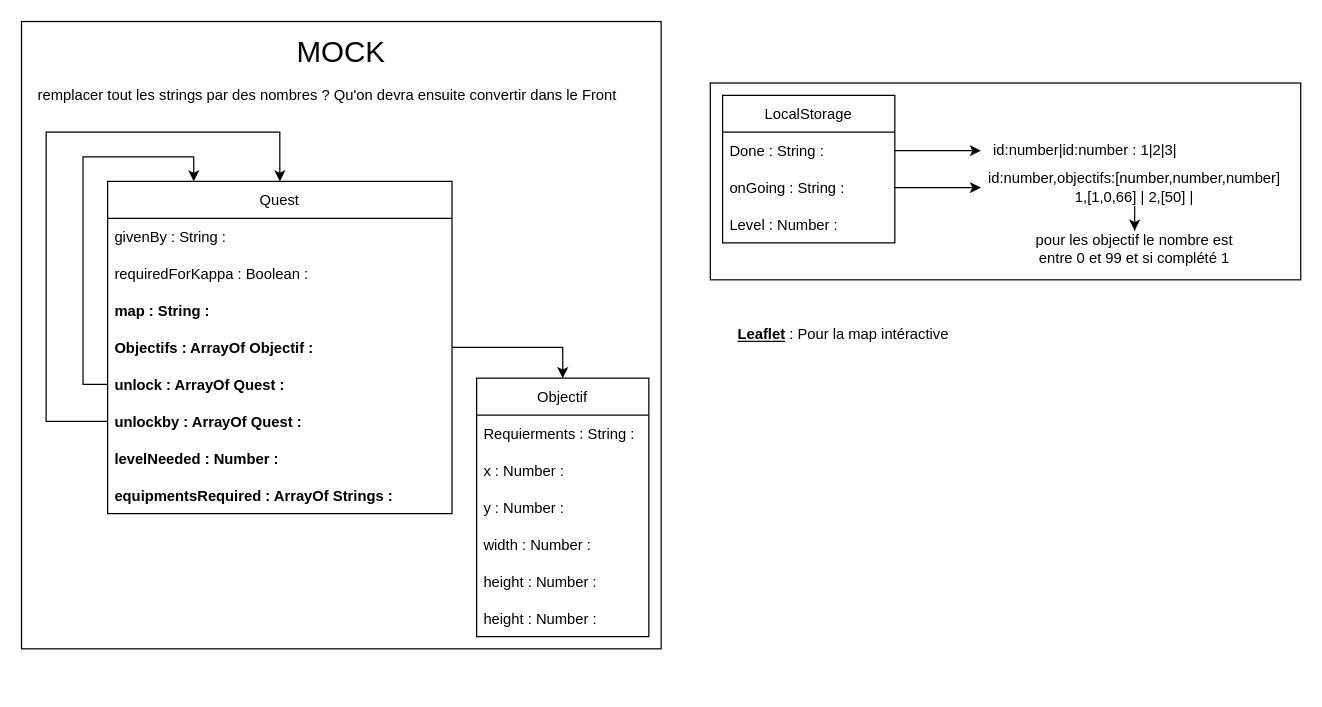
Naitchi/Quest keeps this draw.io diagram as Quest.drawio. Above is the earlier version. Source tidied: cells renumbered, new cells numbered last; positions are measured from the earlier drawing's top-left corner, leaving out a move shared by most shapes. Both pictures are drawn from the tidied source at 123%, with x=0, y=0 at pixel (21, 21).
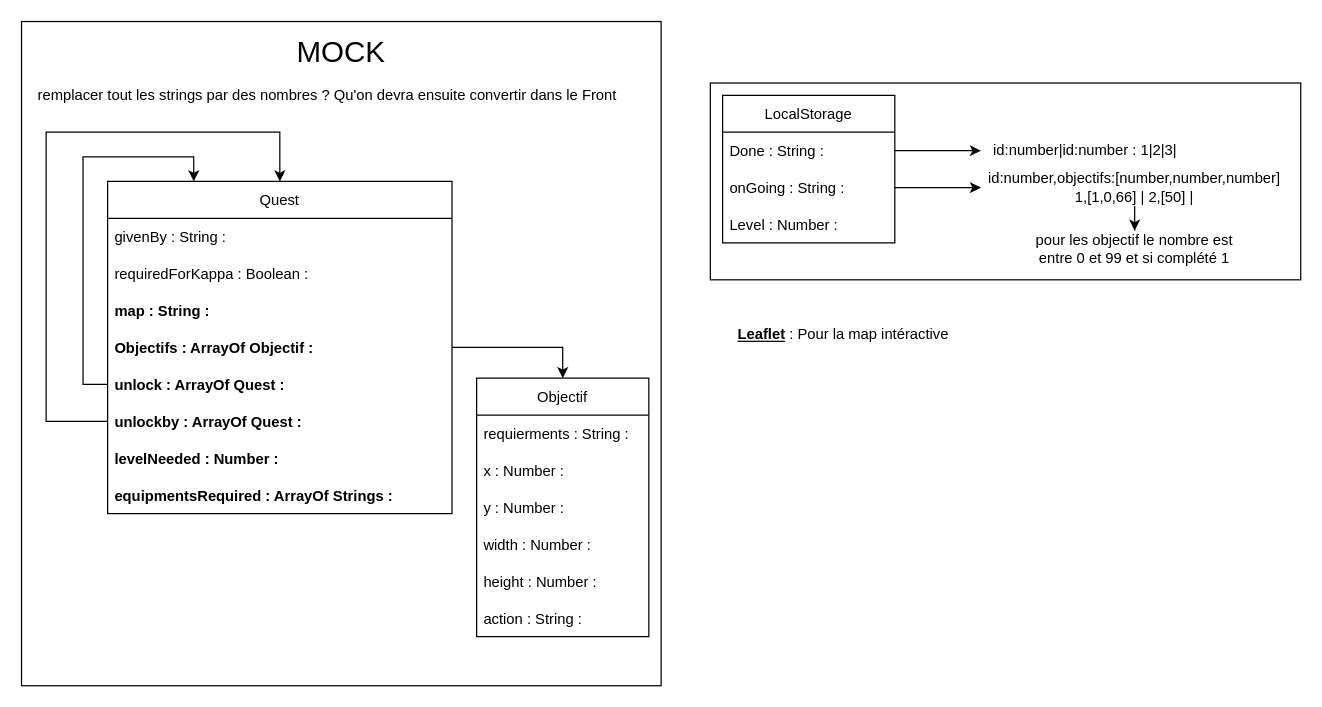
The same page after the edit.

Unchanged cells that the change refers to:
```xml
<mxCell id="16" value="Objectif" style="swimlane;fontStyle=0;horizontal=1;startSize=30;" parent="1" vertex="1">
  <mxGeometry x="370" y="290" width="140" height="210" as="geometry" />
</mxCell>
```

The edit, as a diff of the source:
```diff
@@
     <mxCell id="2" style="rounded=0;whiteSpace=wrap;html=1;fontSize=24;" parent="1" vertex="1">
-      <mxGeometry width="520" height="510" as="geometry" />
+      <mxGeometry width="520" height="540" as="geometry" />
     </mxCell>
@@
-    <mxCell id="17" value="Requierments : String : " style="text;strokeColor=none;fillColor=none;align=left;verticalAlign=middle;spacingLeft=4;spacingRight=4;overflow=hidden;" parent="16" vertex="1">
+    <mxCell id="17" value="requierments : String : " style="text;strokeColor=none;fillColor=none;align=left;verticalAlign=middle;spacingLeft=4;spacingRight=4;overflow=hidden;" parent="16" vertex="1">
       <mxGeometry y="30" width="140" height="30" as="geometry" />
     </mxCell>
@@
-    <mxCell id="22" value="height : Number :" style="text;strokeColor=none;fillColor=none;align=left;verticalAlign=middle;spacingLeft=4;spacingRight=4;overflow=hidden;" parent="16" vertex="1">
-      <mxGeometry y="180" width="140" height="30" as="geometry" />
-    </mxCell>
+    <mxCell id="36" value="action : String :" style="text;strokeColor=none;fillColor=none;align=left;verticalAlign=middle;spacingLeft=4;spacingRight=4;overflow=hidden;" parent="16" vertex="1">
+      <mxGeometry y="180" width="140" height="30" as="geometry" />
+    </mxCell>
```
